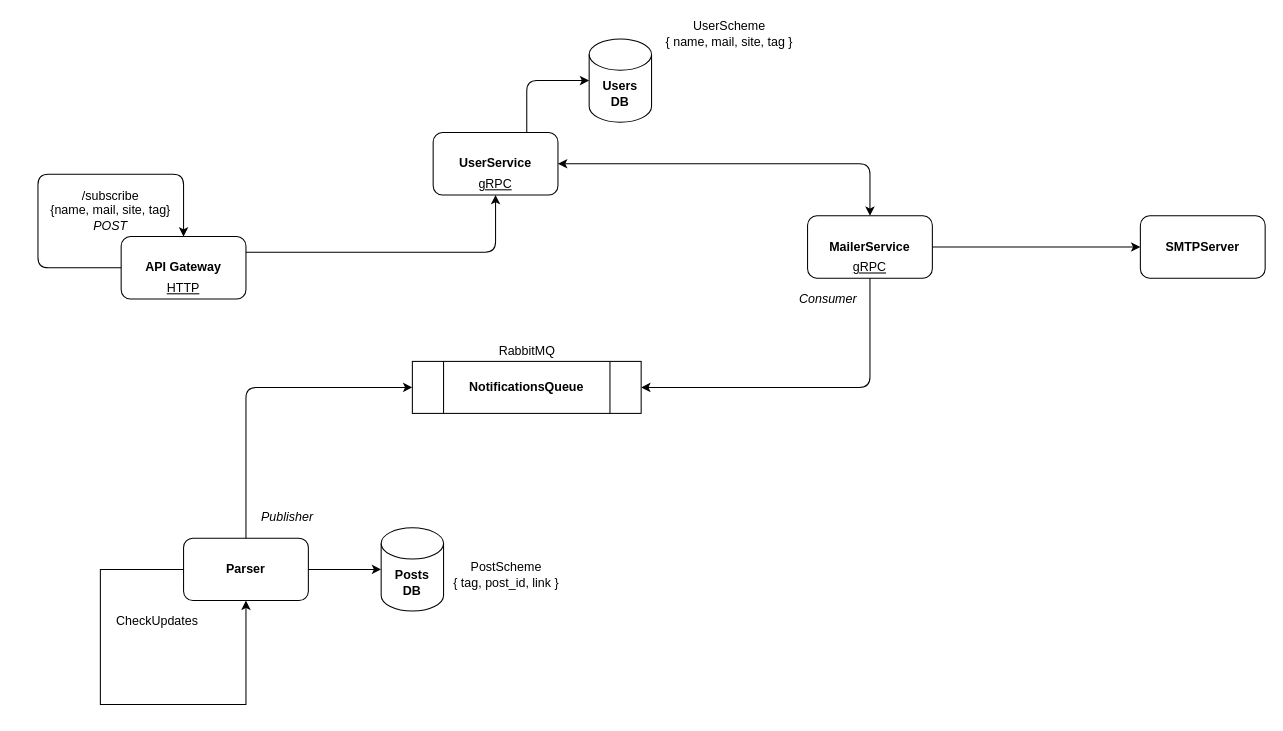
The draw.io diagram news-alert-architecture.drawio in ythosa/habranews, before the edit. Source tidied: cells renumbered, new cells numbered last; positions are measured from the earlier drawing's top-left corner, leaving out a move shared by most shapes. Both pictures are drawn from the tidied source at 104%, with x=0, y=0 at pixel (37, 18).
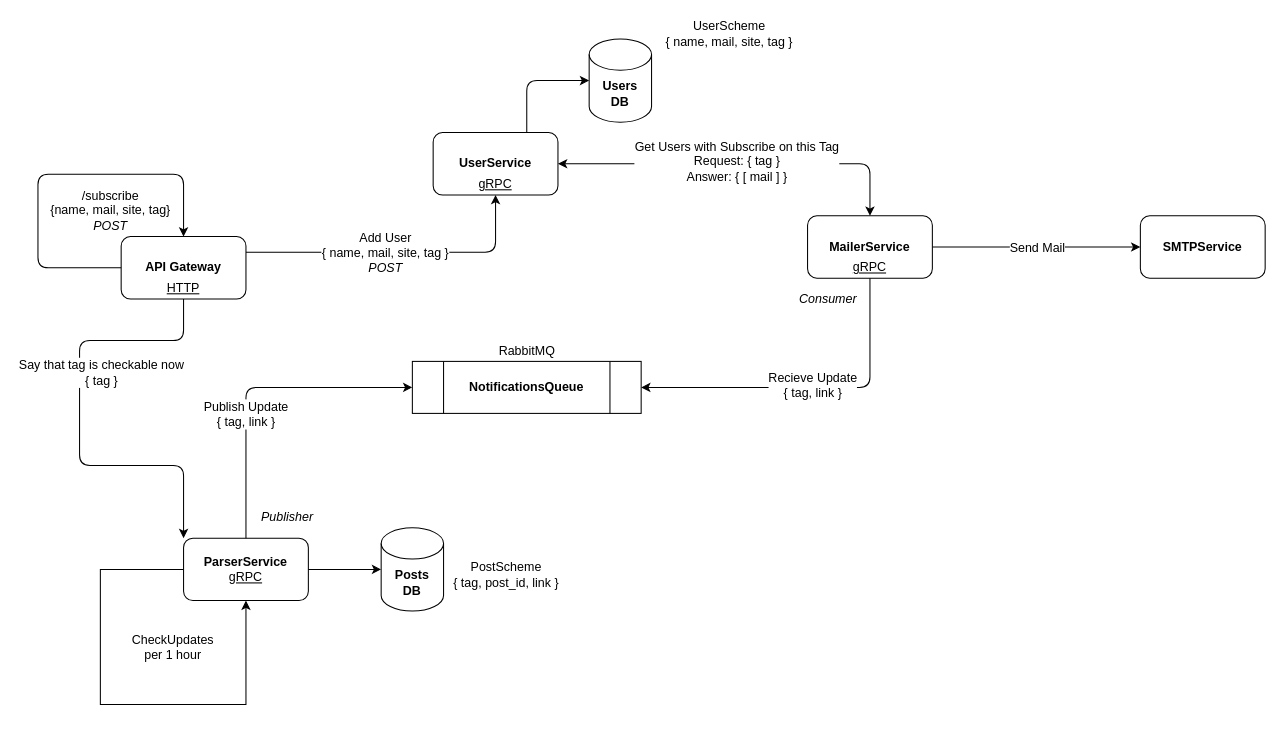
After the change.

Unchanged cells that the change refers to:
```xml
<mxCell id="6" style="endArrow=classic;html=1;exitX=1;exitY=0.25;exitDx=0;exitDy=0;entryX=0.5;entryY=1;entryDx=0;entryDy=0;" parent="1" edge="1" source="2" target="3">
  <mxGeometry relative="1" as="geometry">
    <Array as="points">
      <mxPoint x="440" y="225" />
    </Array>
  </mxGeometry>
</mxCell>
<mxCell id="9" style="endArrow=classic;startArrow=classic;html=1;exitX=0.5;exitY=0;exitDx=0;exitDy=0;entryX=1;entryY=0.5;entryDx=0;entryDy=0;" parent="1" edge="1" source="8" target="3">
  <mxGeometry relative="1" as="geometry">
    <Array as="points">
      <mxPoint x="800" y="140" />
    </Array>
  </mxGeometry>
</mxCell>
<mxCell id="14" style="endArrow=classic;html=1;exitX=0.5;exitY=0;exitDx=0;exitDy=0;entryX=0;entryY=0.5;entryDx=0;entryDy=0;" parent="1" edge="1" source="13" target="11">
  <mxGeometry relative="1" as="geometry">
    <Array as="points">
      <mxPoint x="200" y="355" />
    </Array>
  </mxGeometry>
</mxCell>
<mxCell id="15" style="endArrow=classic;html=1;exitX=0.5;exitY=1;exitDx=0;exitDy=0;entryX=1;entryY=0.5;entryDx=0;entryDy=0;" parent="1" edge="1" source="8" target="11">
  <mxGeometry relative="1" as="geometry">
    <Array as="points">
      <mxPoint x="800" y="355" />
    </Array>
  </mxGeometry>
</mxCell>
<mxCell id="18" value="&lt;u&gt;HTTP&lt;/u&gt;" style="text;html=1;strokeColor=none;fillColor=none;align=center;verticalAlign=middle;whiteSpace=wrap;rounded=0;" parent="1" vertex="1">
  <mxGeometry x="120" y="250" width="40" height="20" as="geometry" />
</mxCell>
<mxCell id="28" style="endArrow=classic;html=1;exitX=1;exitY=0.5;exitDx=0;exitDy=0;entryX=0;entryY=0.5;entryDx=0;entryDy=0;" parent="1" edge="1" source="8" target="27">
  <mxGeometry relative="1" as="geometry" />
</mxCell>
```

What changed in the source:
```diff
@@
+    <mxCell id="29" value="&lt;font style=&quot;font-size: 12px&quot;&gt;Add User&lt;br&gt;{ name, mail, site, tag }&lt;br&gt;&lt;i&gt;POST&lt;/i&gt;&lt;br&gt;&lt;/font&gt;" style="edgeLabel;html=1;align=center;verticalAlign=middle;" parent="6" vertex="1">
+      <mxGeometry x="-0.1" relative="1" as="geometry" />
+    </mxCell>
@@
+    <mxCell id="30" value="&lt;font style=&quot;font-size: 12px&quot;&gt;Get Users with Subscribe on this Tag&lt;br&gt;Request: { tag }&lt;br&gt;Answer: { [ mail ] }&lt;br&gt;&lt;/font&gt;" style="edgeLabel;html=1;align=center;verticalAlign=middle;" parent="9" vertex="1">
+      <mxGeometry x="0.02" y="-3" relative="1" as="geometry" />
+    </mxCell>
@@
-    <mxCell id="13" value="&lt;b&gt;Parser&lt;/b&gt;" style="rounded=1;whiteSpace=wrap;html=1;" parent="1" vertex="1">
+    <mxCell id="13" value="&lt;b&gt;ParserService&lt;/b&gt;&lt;br&gt;&lt;u&gt;gRPC&lt;/u&gt;" style="rounded=1;whiteSpace=wrap;html=1;" parent="1" vertex="1">
       <mxGeometry x="140" y="500" width="120" height="60" as="geometry" />
     </mxCell>
@@
+    <mxCell id="31" value="&lt;font style=&quot;font-size: 12px&quot;&gt;Publish Update&lt;br&gt;{ tag, link }&lt;/font&gt;" style="edgeLabel;html=1;align=center;verticalAlign=middle;" parent="14" vertex="1">
+      <mxGeometry x="-0.21" y="1" relative="1" as="geometry" />
+    </mxCell>
@@
+    <mxCell id="32" value="&lt;font style=&quot;font-size: 12px&quot;&gt;Recieve Update&lt;br&gt;{ tag, link }&lt;/font&gt;" style="edgeLabel;html=1;align=center;verticalAlign=middle;" parent="15" vertex="1">
+      <mxGeometry x="-0.37" y="-56" relative="1" as="geometry" />
+    </mxCell>
@@
-    <mxCell id="24" value="CheckUpdates" style="text;html=1;strokeColor=none;fillColor=none;align=center;verticalAlign=middle;whiteSpace=wrap;rounded=0;" parent="1" vertex="1">
-      <mxGeometry x="70" y="570" width="90" height="20" as="geometry" />
+    <mxCell id="24" value="CheckUpdates per 1 hour" style="text;html=1;strokeColor=none;fillColor=none;align=center;verticalAlign=middle;whiteSpace=wrap;rounded=0;" parent="1" vertex="1">
+      <mxGeometry x="80" y="590" width="100" height="30" as="geometry" />
     </mxCell>
@@
-    <mxCell id="27" value="&lt;b&gt;SMTPServer&lt;/b&gt;" style="rounded=1;whiteSpace=wrap;html=1;" parent="1" vertex="1">
+    <mxCell id="27" value="&lt;b&gt;SMTPService&lt;br&gt;&lt;/b&gt;" style="rounded=1;whiteSpace=wrap;html=1;" parent="1" vertex="1">
       <mxGeometry x="1060" y="190" width="120" height="60" as="geometry" />
     </mxCell>
@@
+    <mxCell id="33" value="&lt;font style=&quot;font-size: 12px&quot;&gt;Send Mail&lt;/font&gt;" style="edgeLabel;html=1;align=center;verticalAlign=middle;" parent="28" vertex="1">
+      <mxGeometry x="-0.22" y="-1" relative="1" as="geometry">
+        <mxPoint x="22" y="-1" as="offset" />
+      </mxGeometry>
+    </mxCell>
+    <mxCell id="34" style="endArrow=classic;html=1;exitX=0.5;exitY=1;exitDx=0;exitDy=0;entryX=0;entryY=0;entryDx=0;entryDy=0;" parent="1" edge="1" source="18" target="13">
+      <mxGeometry relative="1" as="geometry">
+        <Array as="points">
+          <mxPoint x="140" y="310" />
+          <mxPoint x="40" y="310" />
+          <mxPoint x="40" y="430" />
+          <mxPoint x="140" y="430" />
+        </Array>
+      </mxGeometry>
+    </mxCell>
+    <mxCell id="35" value="&lt;font style=&quot;font-size: 12px&quot;&gt;Say that tag is checkable now&lt;br&gt;{ tag }&lt;br&gt;&lt;/font&gt;" style="edgeLabel;html=1;align=center;verticalAlign=middle;" parent="34" vertex="1">
+      <mxGeometry x="0.04" y="-30" relative="1" as="geometry">
+        <mxPoint x="50" y="-54" as="offset" />
+      </mxGeometry>
+    </mxCell>
```
